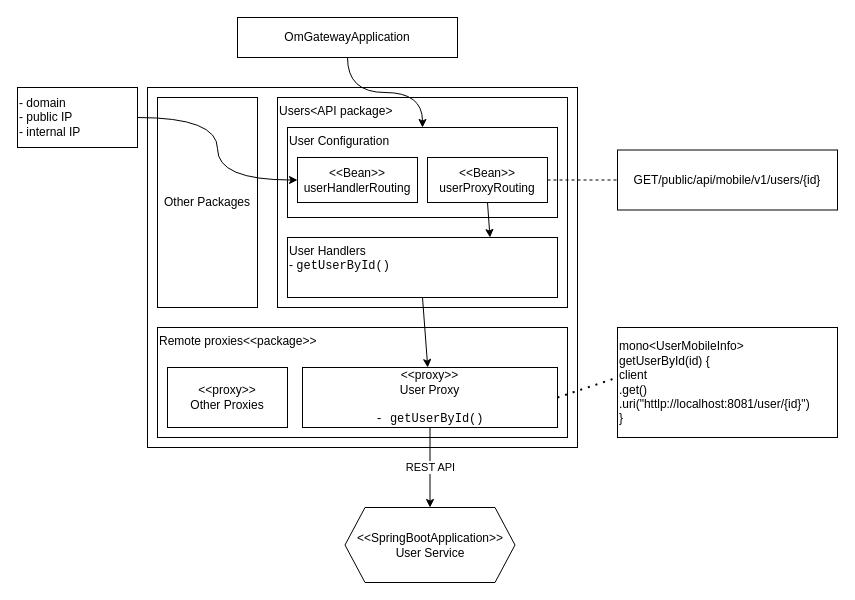
This is om-gateway-design.drawio from longlt4/om-test, a draw.io file, before an edit. Source tidied: cells renumbered, new cells numbered last; positions are measured from the earlier drawing's top-left corner, leaving out a move shared by most shapes. Both pictures are drawn from the tidied source at 100%, with x=0, y=0 at pixel (17, 17).
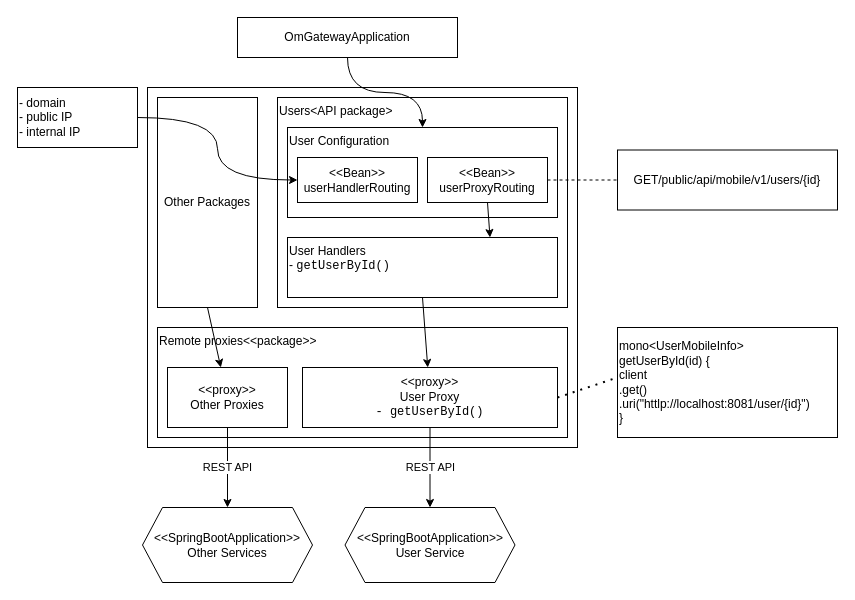
Above is the later version.

The change refers to these unchanged cells:
```xml
<mxCell id="4" value="Other Packages" style="rounded=0;whiteSpace=wrap;html=1;" parent="1" vertex="1">
  <mxGeometry x="140" y="80" width="100" height="210" as="geometry" />
</mxCell>
<mxCell id="8" value="&lt;div&gt;&amp;lt;&amp;lt;proxy&amp;gt;&amp;gt;&lt;/div&gt;&lt;div&gt;Other Proxies&lt;br&gt;&lt;/div&gt;" style="rounded=0;whiteSpace=wrap;html=1;" parent="1" vertex="1">
  <mxGeometry x="150" y="350" width="120" height="60" as="geometry" />
</mxCell>
```

The edit, as a diff of the source:
```diff
@@
+    <mxCell id="24" value="REST API" style="edgeStyle=none;rounded=0;jettySize=auto;html=1;exitX=0.5;exitY=1;exitDx=0;exitDy=0;entryX=0.5;entryY=0;entryDx=0;entryDy=0;" parent="1" edge="1" source="8" target="25">
+      <mxGeometry relative="1" as="geometry" />
+    </mxCell>
@@
-    <mxCell id="10" value="&lt;div&gt;&amp;lt;&amp;lt;proxy&amp;gt;&amp;gt;&lt;/div&gt;&lt;div&gt;User Proxy&lt;br&gt;&lt;/div&gt;&lt;div&gt;&lt;br&gt;&lt;/div&gt;&lt;div&gt;&lt;font face=&quot;Courier New&quot;&gt;- getUserById()&lt;/font&gt;&lt;br&gt;&lt;/div&gt;" style="rounded=0;whiteSpace=wrap;html=1;" parent="1" vertex="1">
+    <mxCell id="10" value="&lt;div&gt;&amp;lt;&amp;lt;proxy&amp;gt;&amp;gt;&lt;/div&gt;&lt;div&gt;User Proxy&lt;br&gt;&lt;/div&gt;&lt;div&gt;&lt;font face=&quot;Courier New&quot;&gt;- getUserById()&lt;/font&gt;&lt;br&gt;&lt;/div&gt;" style="rounded=0;whiteSpace=wrap;html=1;" parent="1" vertex="1">
       <mxGeometry x="285" y="350" width="255" height="60" as="geometry" />
     </mxCell>
@@
+    <mxCell id="25" value="&lt;div&gt;&amp;lt;&amp;lt;SpringBootApplication&amp;gt;&amp;gt;&lt;br&gt;&lt;/div&gt;&lt;div&gt;Other Services&lt;/div&gt;" style="shape=hexagon;perimeter=hexagonPerimeter2;whiteSpace=wrap;html=1;fixedSize=1;" parent="1" vertex="1">
+      <mxGeometry x="125" y="490" width="170" height="75" as="geometry" />
+    </mxCell>
+    <mxCell id="26" style="rounded=0;jettySize=auto;html=1;exitX=0.5;exitY=1;exitDx=0;exitDy=0;" parent="1" edge="1" source="4" target="8">
+      <mxGeometry relative="1" as="geometry" />
+    </mxCell>
```
